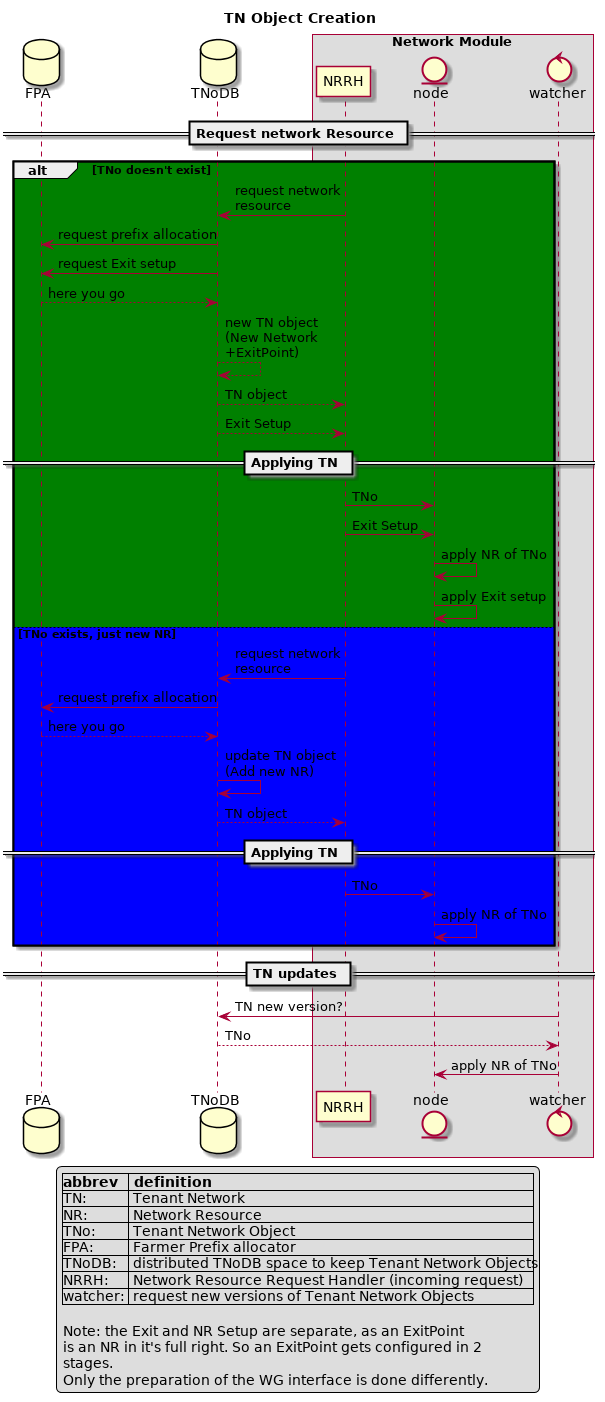
threefoldtech/zos keeps this PlantUML diagram as specs/network/TN_Obj_creation_update.png. Above is the earlier version.
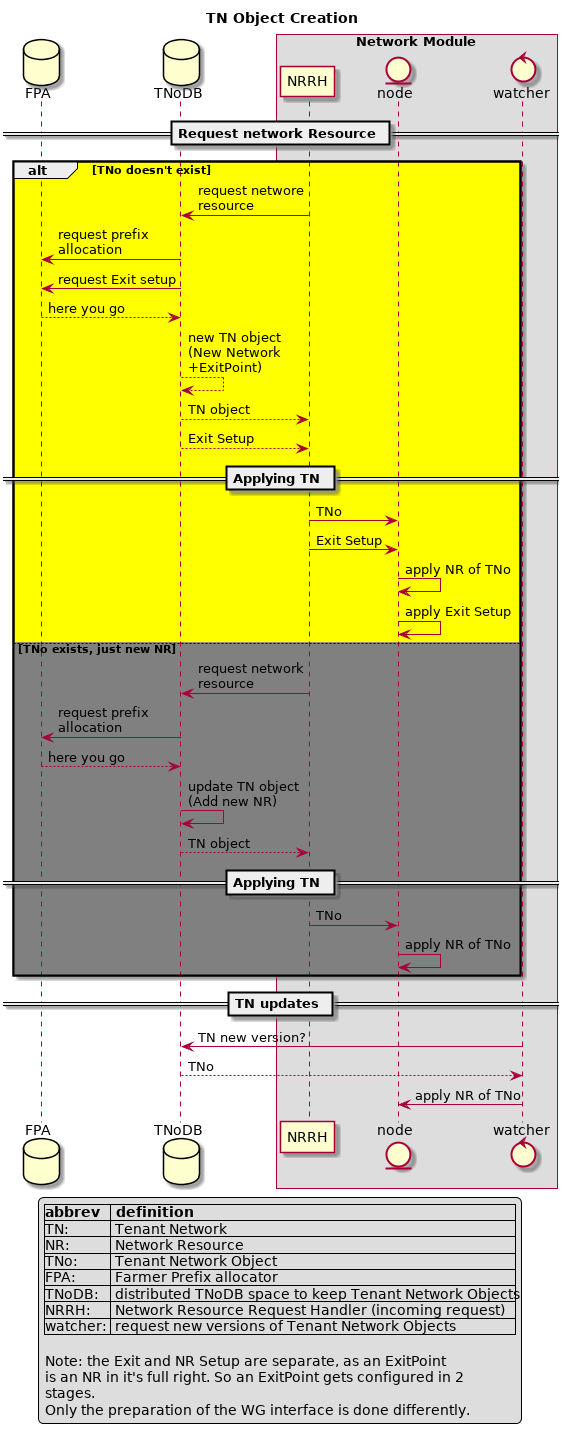
After the commit.

Commit message:
update uml for TNo Creation

Change to the diagram source:
```diff
@@ -9,9 +9,9 @@
 endbox
 
 == Request network Resource ==
-alt #green TNo doesn't exist
-NRRH -> TNoDB : request network\nresource
-TNoDB -> FPA : request prefix allocation
+alt #yellow TNo doesn't exist
+NRRH -> TNoDB : request networe\nresource
+TNoDB -> FPA : request prefix\nallocation
 TNoDB -> FPA : request Exit setup
 FPA --> TNoDB : here you go
 TNoDB -->TNoDB :new TN object\n(New Network\n+ExitPoint)
@@ -21,10 +21,10 @@
 NRRH -> node : TNo
 NRRH -> node : Exit Setup
 node <- node : apply NR of TNo
-node <- node : apply Exit setup
-else #blue TNo exists, just new NR
+node <- node : apply Exit Setup
+else #gray TNo exists, just new NR
 NRRH -> TNoDB : request network\nresource
-TNoDB -> FPA : request prefix allocation
+TNoDB -> FPA : request prefix\nallocation
 FPA --> TNoDB : here you go
 TNoDB->TNoDB :update TN object\n(Add new NR)
 TNoDB --> NRRH : TN object
```
